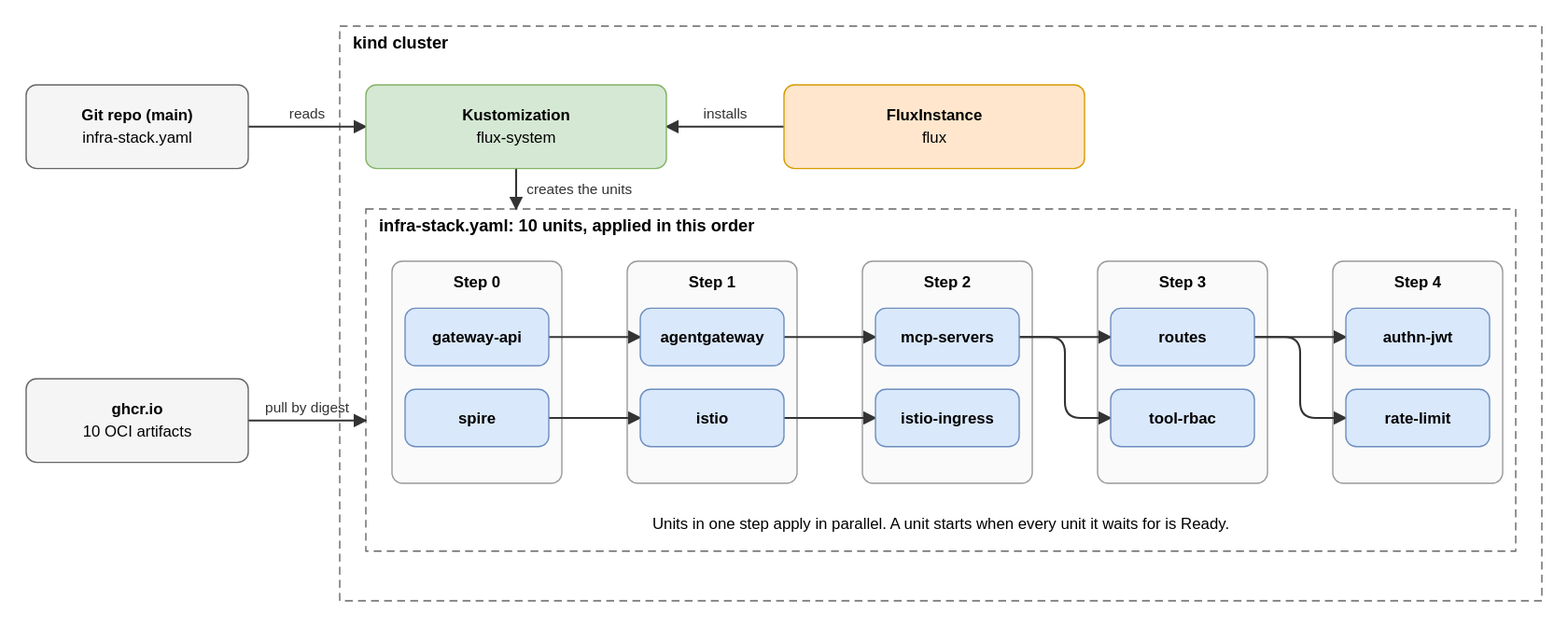
Above: code/mcp-sandbox/part-3-mcp-guardrails/docs/diagrams/orchestration.drawio.svg in raghav19/engineersdaybook (draw.io), before the change. Source tidied: cells renumbered, new cells last; positions are measured from the earlier drawing's top-left corner, leaving out a move shared by most shapes.
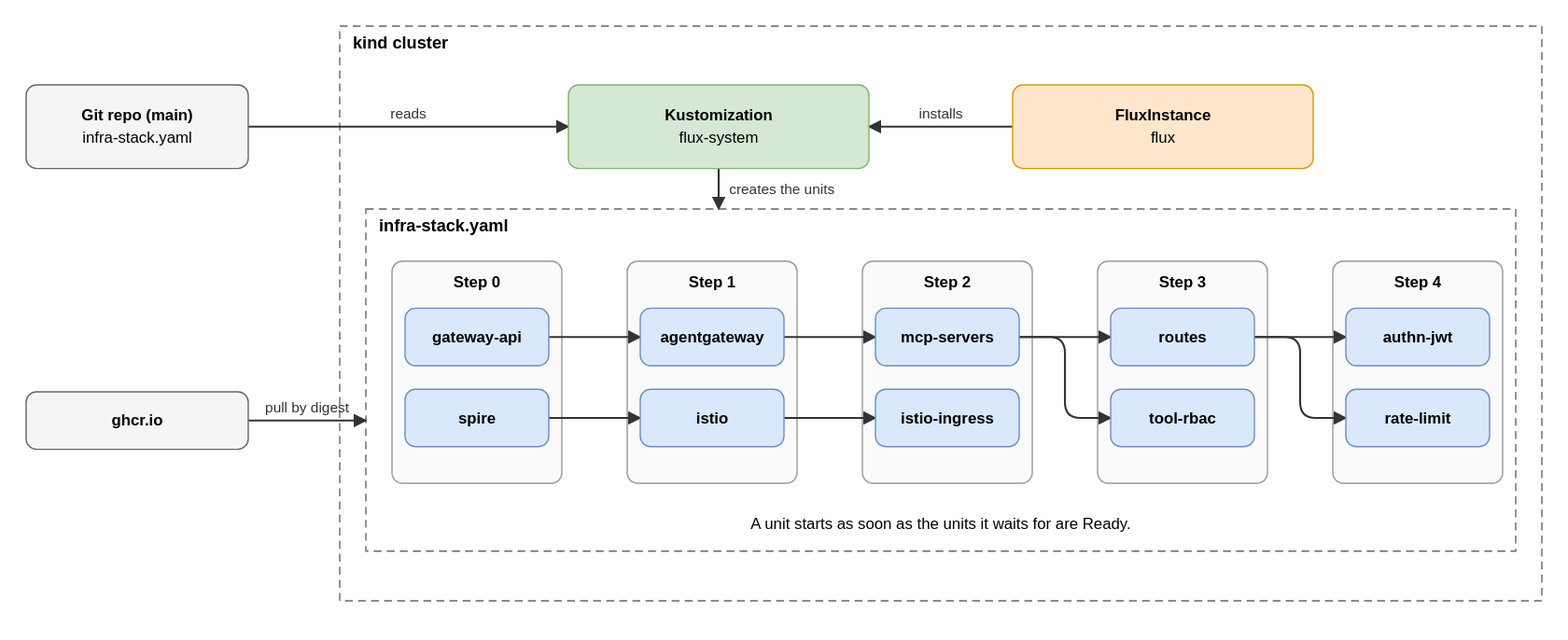
Later version of the same file.

Commit message:
Centre the top of the orchestration diagram

Centre the Kustomization and FluxInstance boxes, keep plain labels (ghcr.io, infra-stack.yaml) and one rule line. A step is only the depth of a unit: a unit starts as soon as the units it waits for are Ready. Say so in the terms table and in section 5.

Assisted-by: claude-code/claude-sonnet-5-5

What changed in the source:
```diff
@@ -5,19 +5,19 @@
     <mxCell id="2" value="&lt;b&gt;Git repo (main)&lt;/b&gt;&lt;br&gt;infra-stack.yaml" style="rounded=1;whiteSpace=wrap;html=1;align=center;verticalAlign=middle;fillColor=#f5f5f5;strokeColor=#666666;fontColor=#000000;" parent="1" vertex="1">
       <mxGeometry y="45" width="170" height="64" as="geometry" />
     </mxCell>
-    <mxCell id="3" value="&lt;b&gt;ghcr.io&lt;/b&gt;&lt;br&gt;10 OCI artifacts" style="rounded=1;whiteSpace=wrap;html=1;align=center;verticalAlign=middle;fillColor=#f5f5f5;strokeColor=#666666;fontColor=#000000;" parent="1" vertex="1">
-      <mxGeometry y="270" width="170" height="64" as="geometry" />
+    <mxCell id="3" value="&lt;b&gt;ghcr.io&lt;/b&gt;" style="rounded=1;whiteSpace=wrap;html=1;align=center;verticalAlign=middle;fillColor=#f5f5f5;strokeColor=#666666;fontColor=#000000;" parent="1" vertex="1">
+      <mxGeometry y="280" width="170" height="44" as="geometry" />
     </mxCell>
     <mxCell id="4" value="kind cluster" style="swimlane;startSize=24;fillColor=none;strokeColor=#666666;dashed=1;fontStyle=1;html=1;align=left;spacingLeft=8;" parent="1" vertex="1">
       <mxGeometry x="240" width="920" height="440" as="geometry" />
     </mxCell>
     <mxCell id="5" value="&lt;b&gt;Kustomization&lt;/b&gt;&lt;br&gt;flux-system" style="rounded=1;whiteSpace=wrap;html=1;align=center;verticalAlign=middle;fillColor=#d5e8d4;strokeColor=#82b366;fontColor=#000000;" parent="1" vertex="1">
-      <mxGeometry x="260" y="45" width="230" height="64" as="geometry" />
+      <mxGeometry x="415" y="45" width="230" height="64" as="geometry" />
     </mxCell>
     <mxCell id="6" value="&lt;b&gt;FluxInstance&lt;/b&gt;&lt;br&gt;flux" style="rounded=1;whiteSpace=wrap;html=1;align=center;verticalAlign=middle;fillColor=#ffe6cc;strokeColor=#d79b00;fontColor=#000000;" parent="1" vertex="1">
-      <mxGeometry x="580" y="45" width="230" height="64" as="geometry" />
+      <mxGeometry x="755" y="45" width="230" height="64" as="geometry" />
     </mxCell>
-    <mxCell id="7" value="infra-stack.yaml: 10 units, applied in this order" style="swimlane;startSize=24;fillColor=none;strokeColor=#666666;dashed=1;fontStyle=1;html=1;align=left;spacingLeft=8;" parent="1" vertex="1">
+    <mxCell id="7" value="infra-stack.yaml" style="swimlane;startSize=24;fillColor=none;strokeColor=#666666;dashed=1;fontStyle=1;html=1;align=left;spacingLeft=8;" parent="1" vertex="1">
       <mxGeometry x="260" y="140" width="880" height="262" as="geometry" />
     </mxCell>
     <mxCell id="8" value="Step 0" style="rounded=1;arcSize=6;whiteSpace=wrap;html=1;align=center;verticalAlign=top;fontStyle=1;fillColor=#fafafa;strokeColor=#999999;fontColor=#000000;" parent="1" vertex="1">
@@ -65,7 +65,7 @@
     <mxCell id="22" value="&lt;b&gt;rate-limit&lt;/b&gt;" style="rounded=1;whiteSpace=wrap;html=1;align=center;verticalAlign=middle;fillColor=#dae8fc;strokeColor=#6c8ebf;fontColor=#000000;" parent="1" vertex="1">
       <mxGeometry x="1010" y="278" width="110" height="44" as="geometry" />
     </mxCell>
-    <mxCell id="23" value="Units in one step apply in parallel. A unit starts when every unit it waits for is Ready." style="text;html=1;align=center;verticalAlign=middle;fontColor=#333333;" parent="1" vertex="1">
+    <mxCell id="23" value="A unit starts as soon as the units it waits for are Ready." style="text;html=1;align=center;verticalAlign=middle;fontColor=#333333;" parent="1" vertex="1">
       <mxGeometry x="260" y="366" width="880" height="30" as="geometry" />
     </mxCell>
     <mxCell id="24" style="endArrow=classic;html=1;strokeColor=#333333;strokeWidth=1.5;edgeStyle=orthogonalEdgeStyle;rounded=1;arcSize=20;exitX=1;exitY=0.5;entryX=0;entryY=0.5;" parent="1" edge="1" source="15" target="18">
```
